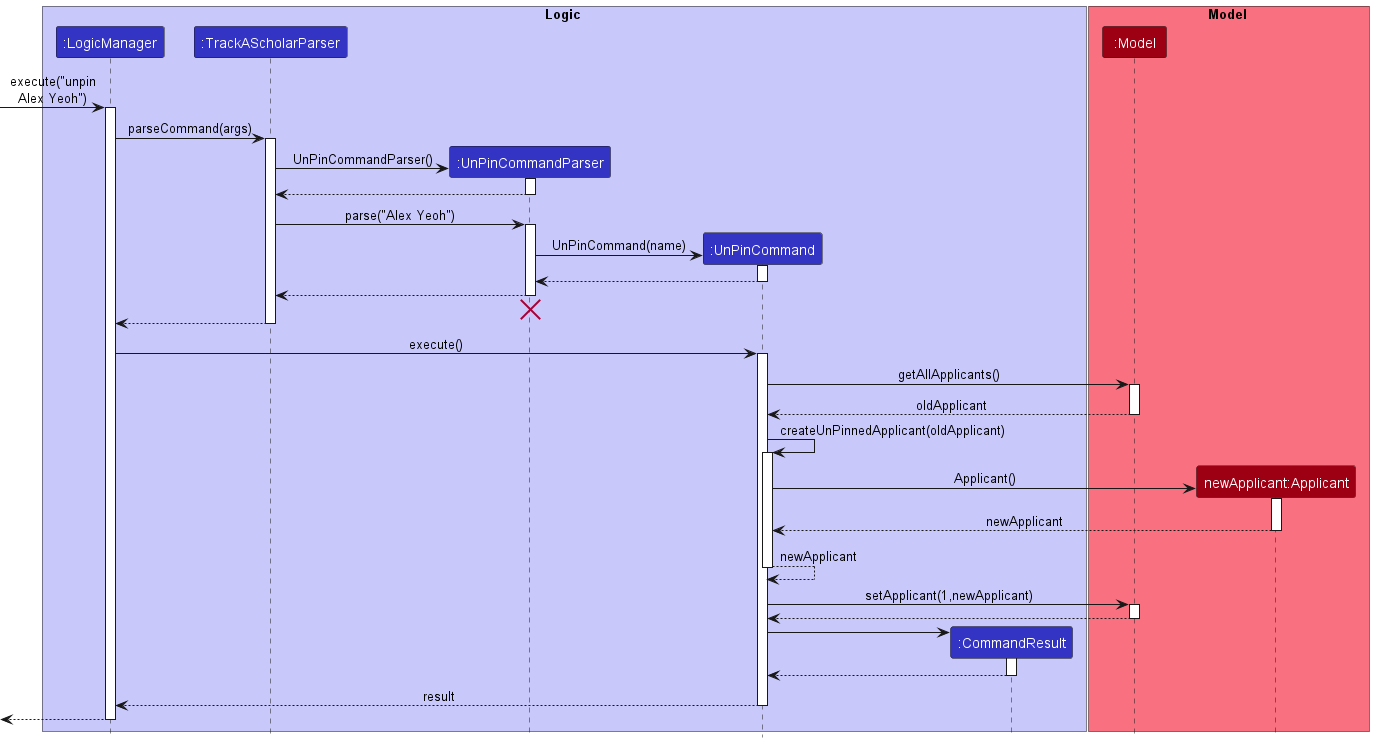
nus-cs2103-AY2223S1/tp keeps this PlantUML diagram as docs/images/UnPinSequenceDiagram.png. Above is the earlier version.
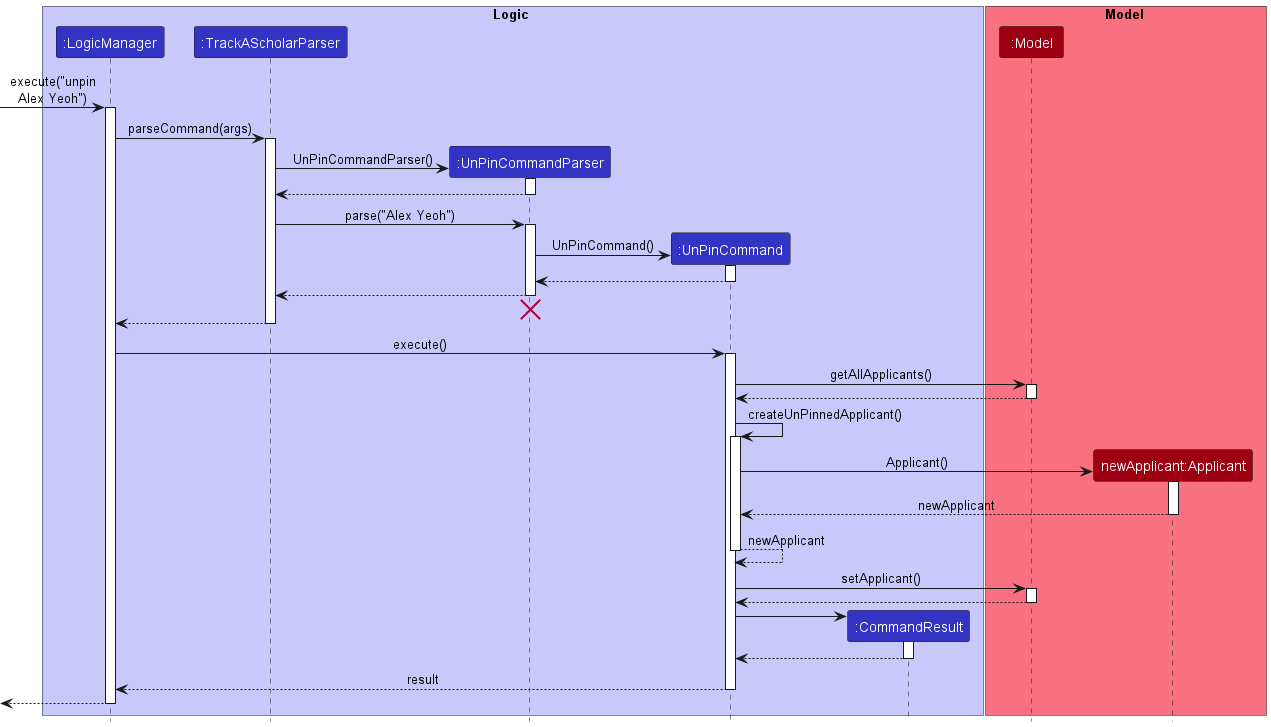
Above is the later version.

Change to the diagram source:
```diff
@@ -31,7 +31,7 @@
 activate UnPinCommandParser
 
 create UnPinCommand
-UnPinCommandParser -> UnPinCommand : UnPinCommand(name)
+UnPinCommandParser -> UnPinCommand : UnPinCommand()
 activate UnPinCommand
 
 UnPinCommand --> UnPinCommandParser
@@ -51,10 +51,10 @@
 UnPinCommand -> Model : getAllApplicants()
 activate Model
 
-Model --> UnPinCommand : oldApplicant
+Model --> UnPinCommand
 deactivate Model
 
-UnPinCommand -> UnPinCommand : createUnPinnedApplicant(oldApplicant)
+UnPinCommand -> UnPinCommand : createUnPinnedApplicant()
 activate UnPinCommand
 
 create Applicant
@@ -68,7 +68,7 @@
 
 deactivate UnPinCommand
 
-UnPinCommand -> Model : setApplicant(1,newApplicant)
+UnPinCommand -> Model : setApplicant()
 activate Model
 
 Model --> UnPinCommand
```
